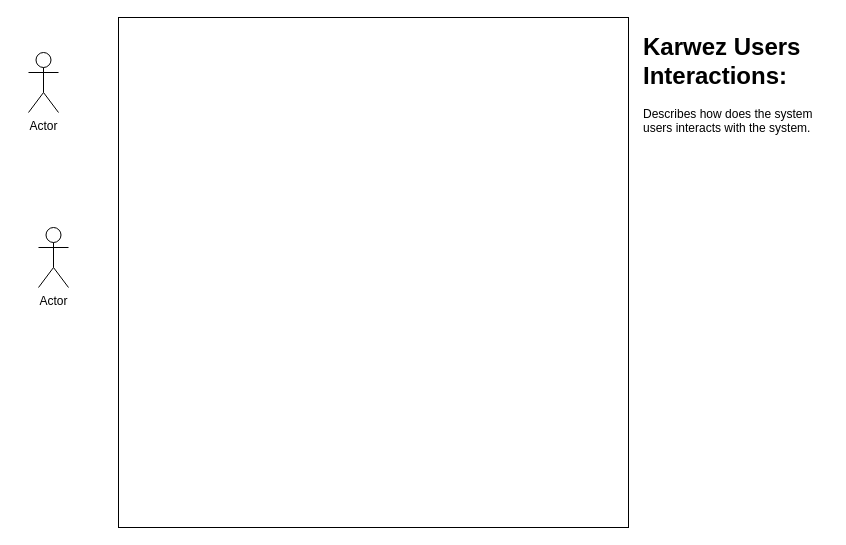
Before: Use Case Diagram.drawio in Goombugi/Dart-Codes, a draw.io diagram. Source tidied: cells renumbered, new cells numbered last; positions are measured from the earlier drawing's top-left corner, leaving out a move shared by most shapes. Both pictures are drawn from the tidied source at 100%, with x=0, y=0 at pixel (28, 17).
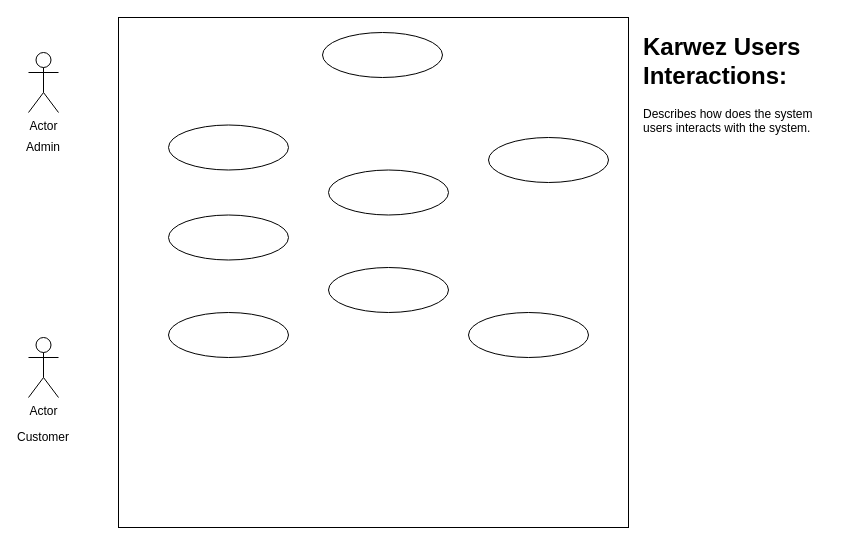
After the change.

Change to the diagram source:
```diff
@@
 <mxGraphModel>
   <root>
     <mxCell id="0" />
     <mxCell id="1" parent="0" />
     <mxCell id="2" style="whiteSpace=wrap;html=1;" parent="1" vertex="1">
       <mxGeometry x="90" width="510" height="510" as="geometry" />
     </mxCell>
     <mxCell id="3" value="&lt;h1&gt;Karwez Users Interactions:&lt;br&gt;&lt;/h1&gt;&lt;p&gt;Describes how does the system users interacts with the system.&lt;br&gt;&lt;/p&gt;" style="text;html=1;strokeColor=none;fillColor=none;spacing=5;spacingTop=-20;whiteSpace=wrap;overflow=hidden;rounded=0;" parent="1" vertex="1">
       <mxGeometry x="610" y="10" width="190" height="120" as="geometry" />
     </mxCell>
     <mxCell id="4" value="Actor" style="shape=umlActor;verticalLabelPosition=bottom;verticalAlign=top;html=1;" parent="1" vertex="1">
       <mxGeometry y="35" width="30" height="60" as="geometry" />
     </mxCell>
     <mxCell id="5" value="Actor" style="shape=umlActor;verticalLabelPosition=bottom;verticalAlign=top;html=1;" parent="1" vertex="1">
-      <mxGeometry x="10" y="210" width="30" height="60" as="geometry" />
+      <mxGeometry y="320" width="30" height="60" as="geometry" />
     </mxCell>
+    <mxCell id="6" value="Admin" style="text;html=1;strokeColor=none;fillColor=none;align=center;verticalAlign=middle;whiteSpace=wrap;rounded=0;" parent="1" vertex="1">
+      <mxGeometry x="-5" y="120" width="40" height="20" as="geometry" />
+    </mxCell>
+    <mxCell id="7" value="&lt;div&gt;Customer&lt;/div&gt;" style="text;html=1;strokeColor=none;fillColor=none;align=center;verticalAlign=middle;whiteSpace=wrap;rounded=0;" parent="1" vertex="1">
+      <mxGeometry x="-5" y="410" width="40" height="20" as="geometry" />
+    </mxCell>
+    <mxCell id="8" style="ellipse;whiteSpace=wrap;html=1;" parent="1" vertex="1">
+      <mxGeometry x="294" y="15" width="120" height="45" as="geometry" />
+    </mxCell>
+    <mxCell id="9" style="ellipse;whiteSpace=wrap;html=1;" parent="1" vertex="1">
+      <mxGeometry x="140" y="107.5" width="120" height="45" as="geometry" />
+    </mxCell>
+    <mxCell id="10" style="ellipse;whiteSpace=wrap;html=1;" parent="1" vertex="1">
+      <mxGeometry x="460" y="120" width="120" height="45" as="geometry" />
+    </mxCell>
+    <mxCell id="11" style="ellipse;whiteSpace=wrap;html=1;" parent="1" vertex="1">
+      <mxGeometry x="300" y="250" width="120" height="45" as="geometry" />
+    </mxCell>
+    <mxCell id="12" style="ellipse;whiteSpace=wrap;html=1;" parent="1" vertex="1">
+      <mxGeometry x="300" y="152.5" width="120" height="45" as="geometry" />
+    </mxCell>
+    <mxCell id="13" style="ellipse;whiteSpace=wrap;html=1;" parent="1" vertex="1">
+      <mxGeometry x="440" y="295" width="120" height="45" as="geometry" />
+    </mxCell>
+    <mxCell id="14" style="ellipse;whiteSpace=wrap;html=1;" parent="1" vertex="1">
+      <mxGeometry x="140" y="197.5" width="120" height="45" as="geometry" />
+    </mxCell>
+    <mxCell id="15" style="ellipse;whiteSpace=wrap;html=1;" parent="1" vertex="1">
+      <mxGeometry x="140" y="295" width="120" height="45" as="geometry" />
+    </mxCell>
   </root>
 </mxGraphModel>
```
